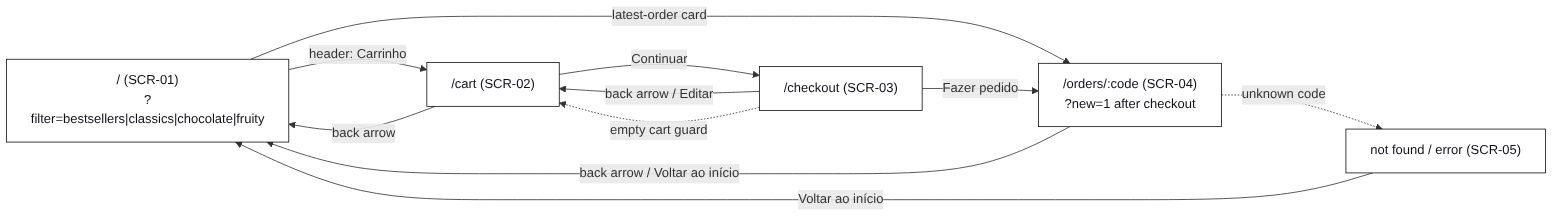
This is docs/diagrams/user-flows/navigation-map.png from tiagopacedev/cupcake-app, a Mermaid export, as it was before one commit. Its source is kept beside it as docs/diagrams/user-flows/navigation-map.mmd.
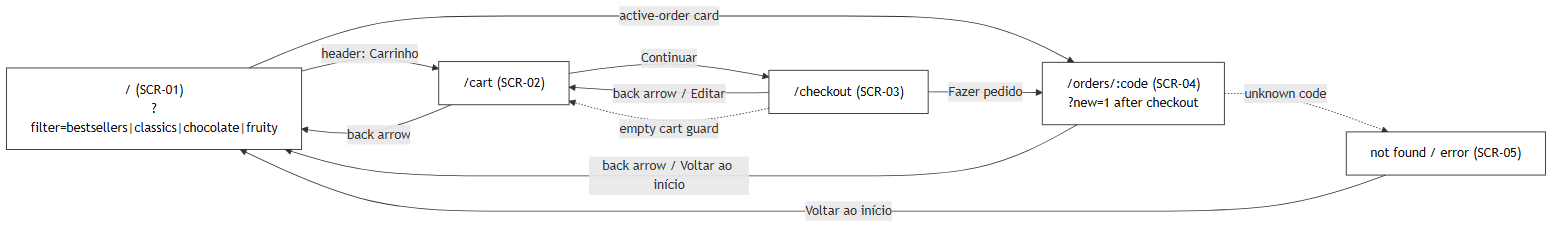
The same file after the commit.

Diff of the diagram source:
```diff
@@ -5,7 +5,7 @@
   O["/orders/:code (SCR-04)<br/>?new=1 after checkout"]
   N["not found / error (SCR-05)"]
   H -- "header: Carrinho" --> C
-  H -- "latest-order card" --> O
+  H -- "active-order card" --> O
   C -- "back arrow" --> H
   C -- "Continuar" --> K
   K -- "back arrow / Editar" --> C
```
